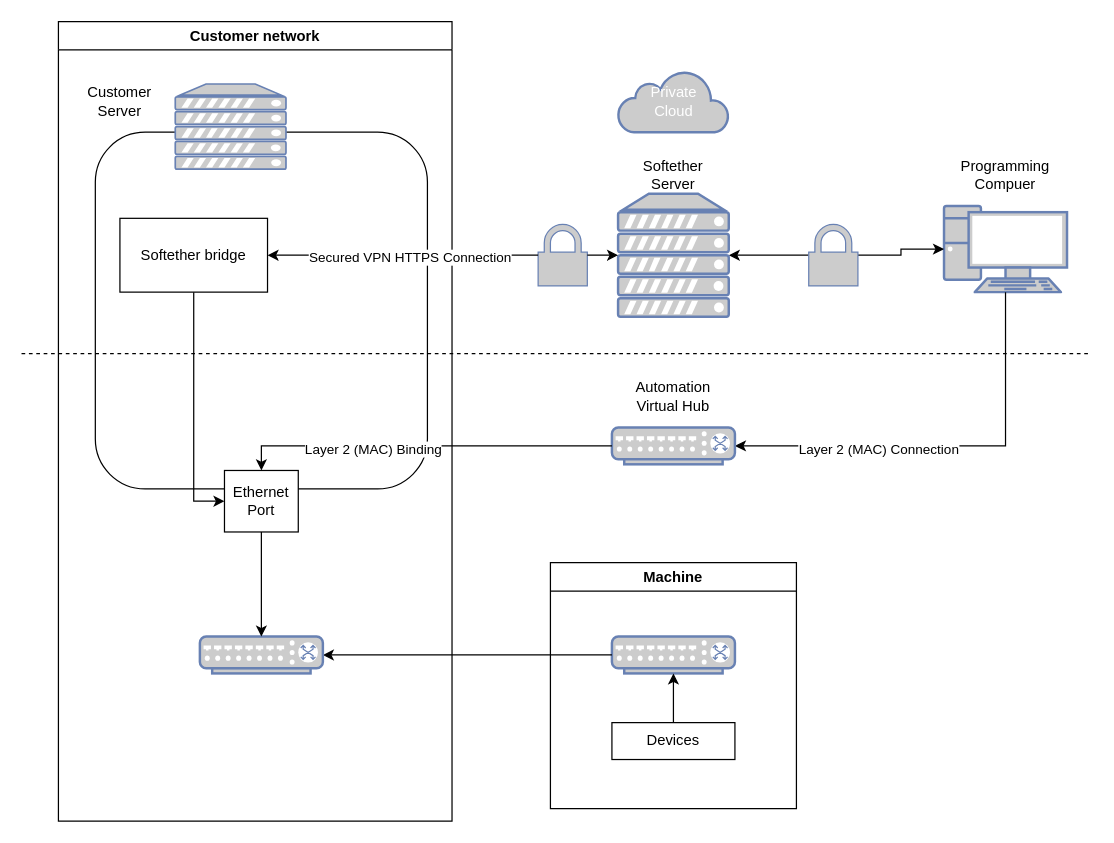
Above: RemoteNetworkMaintenance.drawio in AngelFernandezSobrino/diagrams (draw.io), before the change. Source tidied: cells renumbered, new cells numbered last; positions are measured from the earlier drawing's top-left corner, leaving out a move shared by most shapes. Both pictures are drawn from the tidied source at 123%, with x=0, y=0 at pixel (21, 21).
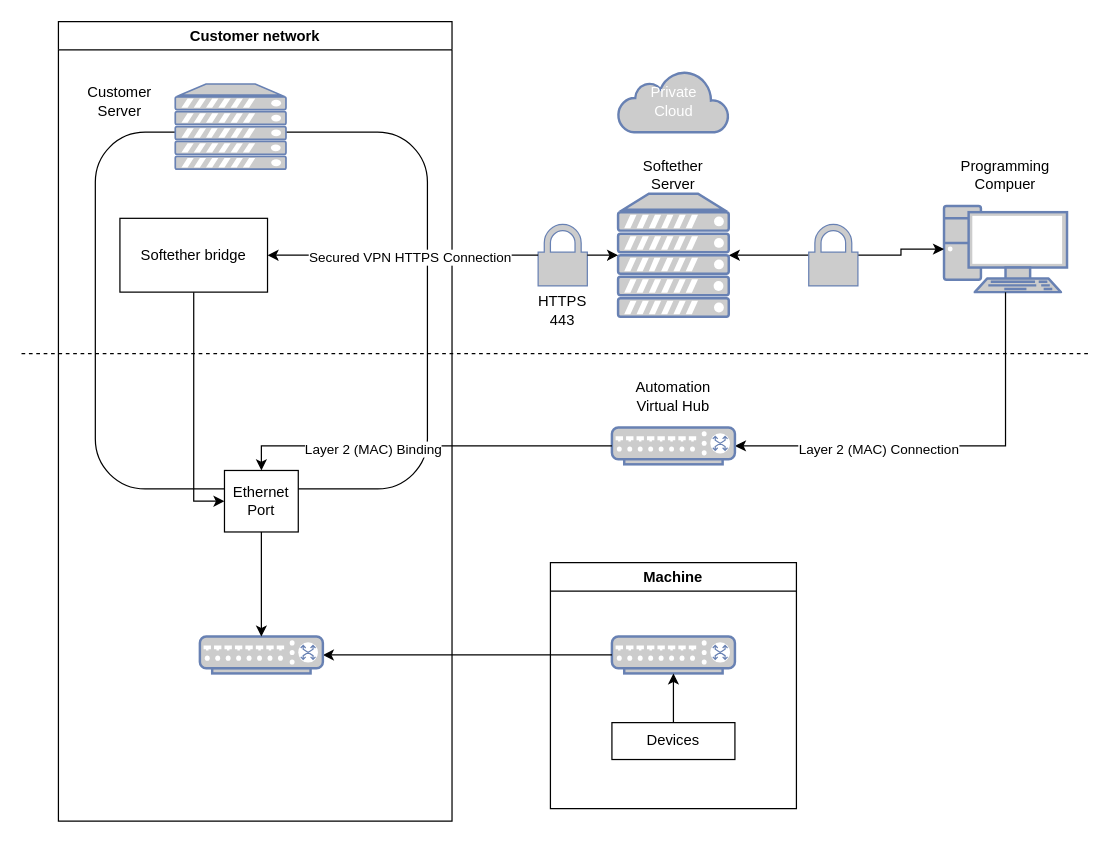
The same diagram, later.

Diff of the diagram source:
```diff
@@
+    <mxCell id="38" value="HTTPS 443" style="text;html=1;strokeColor=none;fillColor=none;align=center;verticalAlign=middle;whiteSpace=wrap;rounded=0;" parent="1" vertex="1">
+      <mxGeometry x="410" y="220" width="60" height="30" as="geometry" />
+    </mxCell>
```
